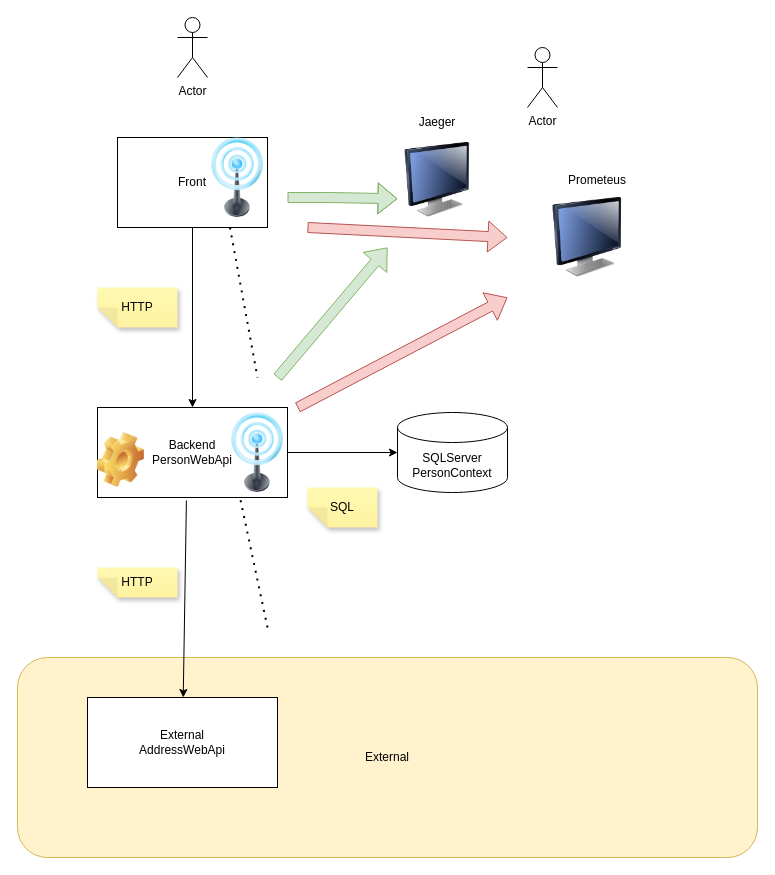
JanArildEileng/Diagrams keeps this draw.io diagram as page "Page-2" (2 of 4) of Telemetry.drawio. Above is the earlier version. Source tidied: cells renumbered, new cells numbered last; positions are measured from the earlier drawing's top-left corner, leaving out a move shared by most shapes. Both pictures are drawn from the tidied source at 100%, with x=0, y=0 at pixel (17, 17).
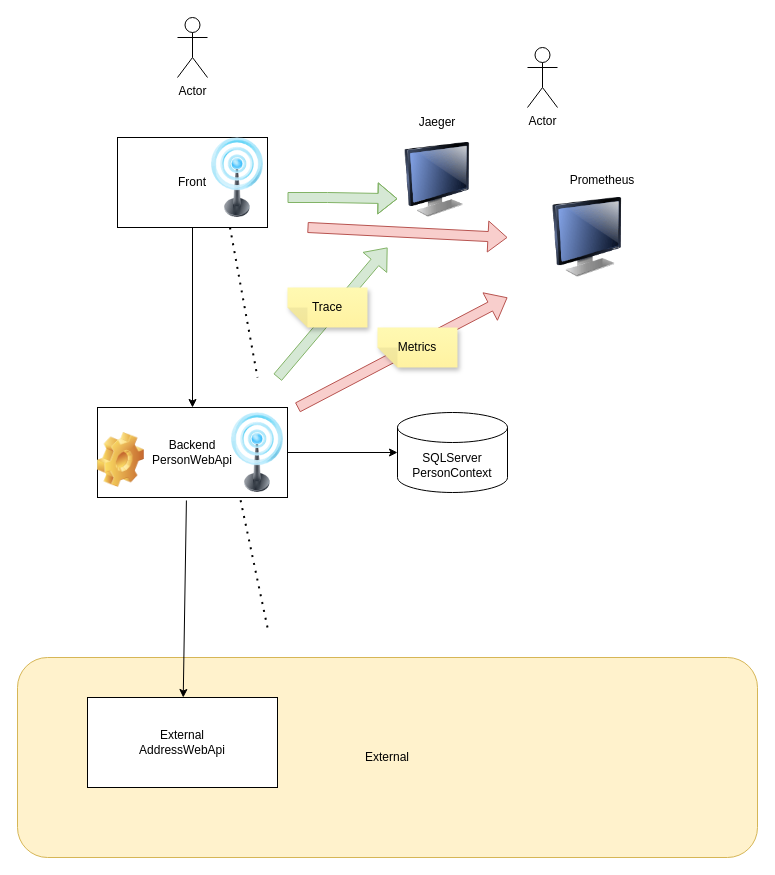
The same page after the edit.

What changed in the source:
```diff
@@
-    <mxCell id="13" value="HTTP" style="shape=note;whiteSpace=wrap;html=1;backgroundOutline=1;fontColor=#000000;darkOpacity=0.05;fillColor=#FFF9B2;strokeColor=none;fillStyle=solid;direction=west;gradientDirection=north;gradientColor=#FFF2A1;shadow=1;size=20;" parent="1" vertex="1">
-      <mxGeometry x="80" y="270" width="80" height="40" as="geometry" />
-    </mxCell>
-    <mxCell id="14" value="HTTP" style="shape=note;whiteSpace=wrap;html=1;backgroundOutline=1;fontColor=#000000;darkOpacity=0.05;fillColor=#FFF9B2;strokeColor=none;fillStyle=solid;direction=west;gradientDirection=north;gradientColor=#FFF2A1;shadow=1;size=20;" parent="1" vertex="1">
-      <mxGeometry x="80" y="550" width="80" height="30" as="geometry" />
-    </mxCell>
-    <mxCell id="15" value="SQL" style="shape=note;whiteSpace=wrap;html=1;backgroundOutline=1;fontColor=#000000;darkOpacity=0.05;fillColor=#FFF9B2;strokeColor=none;fillStyle=solid;direction=west;gradientDirection=north;gradientColor=#FFF2A1;shadow=1;size=20;" parent="1" vertex="1">
-      <mxGeometry x="290" y="470" width="70" height="40" as="geometry" />
-    </mxCell>
@@
-    <mxCell id="19" value="Prometeus" style="text;strokeColor=none;align=center;fillColor=none;html=1;verticalAlign=middle;whiteSpace=wrap;rounded=0;" parent="1" vertex="1">
-      <mxGeometry x="550" y="147.5" width="60" height="30" as="geometry" />
+    <mxCell id="19" value="Prometheus&lt;br&gt;" style="text;strokeColor=none;align=center;fillColor=none;html=1;verticalAlign=middle;whiteSpace=wrap;rounded=0;" parent="1" vertex="1">
+      <mxGeometry x="550" y="147.5" width="70" height="30" as="geometry" />
     </mxCell>
@@
+    <mxCell id="28" value="Metrics&lt;br&gt;" style="shape=note;whiteSpace=wrap;html=1;backgroundOutline=1;fontColor=#000000;darkOpacity=0.05;fillColor=#FFF9B2;strokeColor=none;fillStyle=solid;direction=west;gradientDirection=north;gradientColor=#FFF2A1;shadow=1;size=20;" parent="1" vertex="1">
+      <mxGeometry x="360" y="310" width="80" height="40" as="geometry" />
+    </mxCell>
+    <mxCell id="29" value="Trace" style="shape=note;whiteSpace=wrap;html=1;backgroundOutline=1;fontColor=#000000;darkOpacity=0.05;fillColor=#FFF9B2;strokeColor=none;fillStyle=solid;direction=west;gradientDirection=north;gradientColor=#FFF2A1;shadow=1;size=20;" parent="1" vertex="1">
+      <mxGeometry x="270" y="270" width="80" height="40" as="geometry" />
+    </mxCell>
```
